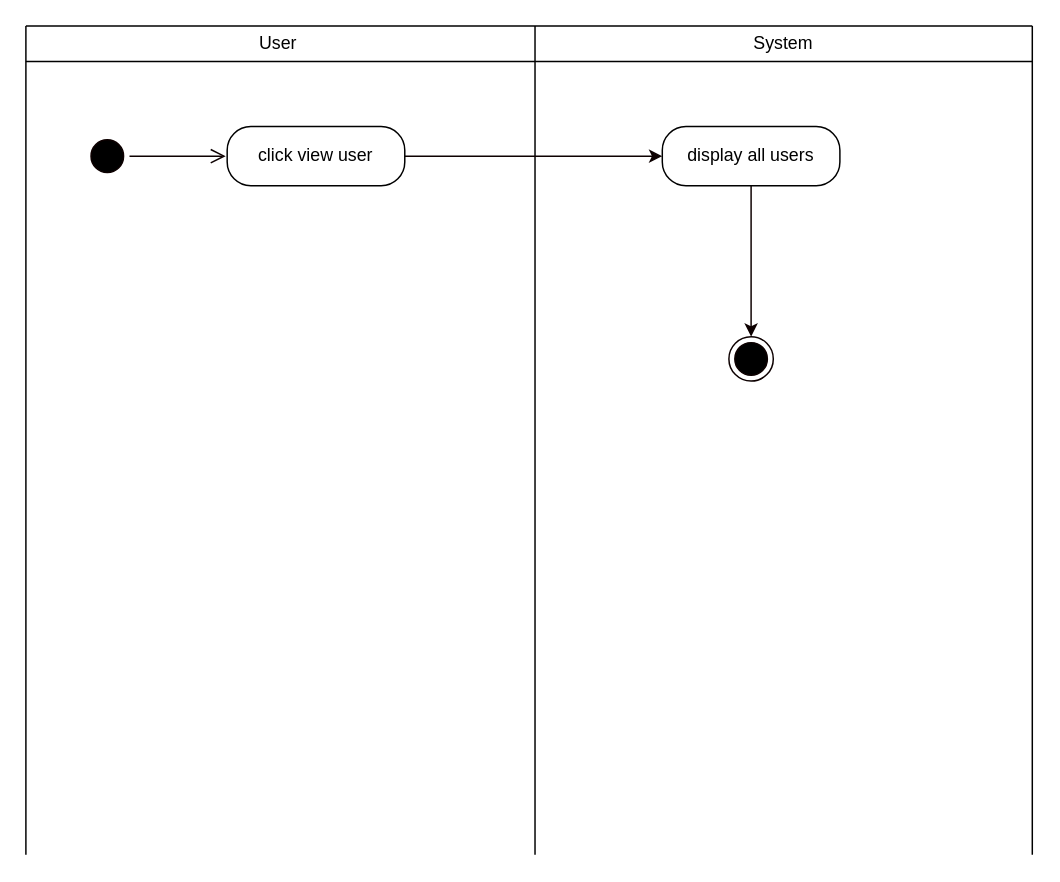
This is activity diagram.drawio from Zuhaily98/Zuhaily98.github.io, a draw.io file, before an edit. Source tidied: cells renumbered, new cells numbered last; positions are measured from the earlier drawing's top-left corner, leaving out a move shared by most shapes. Both pictures are drawn from the tidied source at 148%, with x=0, y=0 at pixel (25, 25).
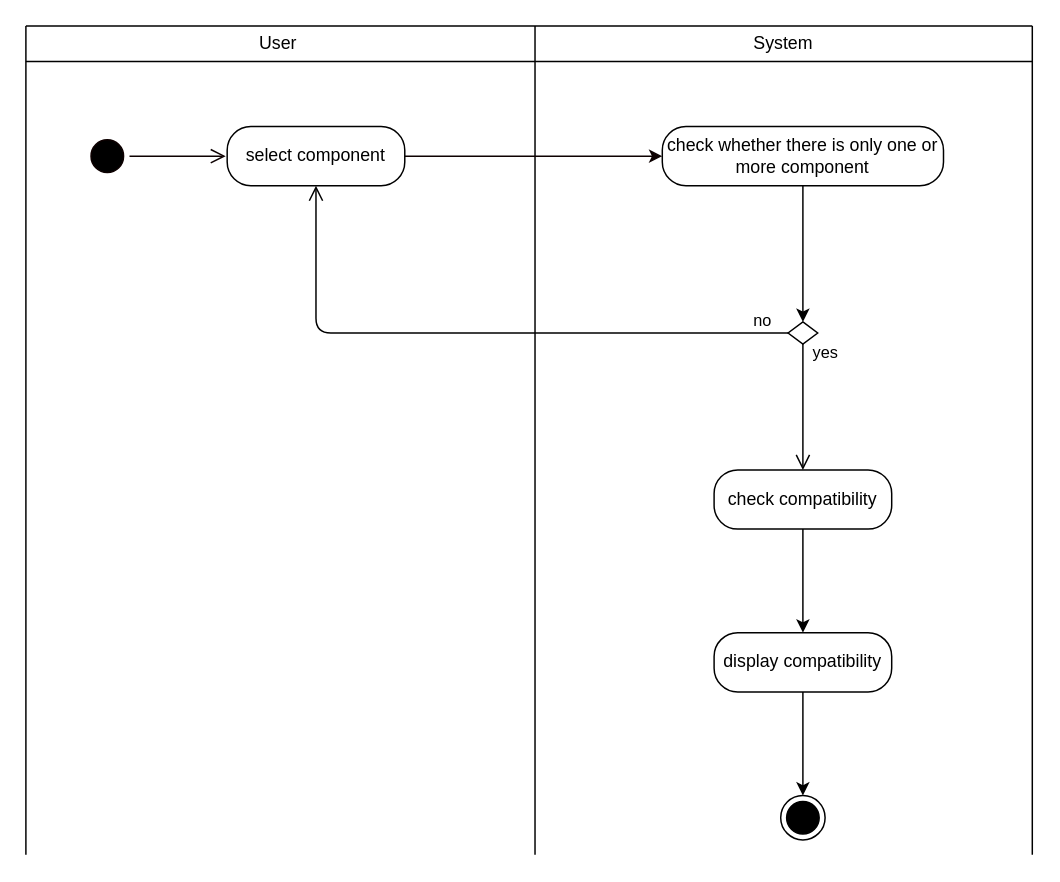
Above is the later version.

Change to the diagram source:
```diff
@@
-    <mxCell id="12" value="click view user" style="rounded=1;whiteSpace=wrap;html=1;arcSize=40;fillColor=none;" parent="1" vertex="1">
+    <mxCell id="12" value="select component" style="rounded=1;whiteSpace=wrap;html=1;arcSize=40;fillColor=none;" parent="1" vertex="1">
       <mxGeometry x="136" y="68" width="120" height="40" as="geometry" />
     </mxCell>
-    <mxCell id="13" style="edgeStyle=orthogonalEdgeStyle;rounded=0;jettySize=auto;html=1;entryX=0.5;entryY=0;entryDx=0;entryDy=0;strokeColor=#0D0000;" parent="1" edge="1" source="14" target="15">
-      <mxGeometry relative="1" as="geometry" />
-    </mxCell>
+    <mxCell id="16" style="edgeStyle=orthogonalEdgeStyle;rounded=0;jettySize=auto;html=1;entryX=0.5;entryY=0;entryDx=0;entryDy=0;" parent="1" edge="1" source="14" target="17">
+      <mxGeometry relative="1" as="geometry" />
+    </mxCell>
-    <mxCell id="14" value="display all users" style="rounded=1;whiteSpace=wrap;html=1;arcSize=40;fillColor=none;" parent="1" vertex="1">
-      <mxGeometry x="430" y="68" width="120" height="40" as="geometry" />
+    <mxCell id="14" value="check whether there is only one or more component" style="rounded=1;whiteSpace=wrap;html=1;arcSize=40;fillColor=none;" parent="1" vertex="1">
+      <mxGeometry x="430" y="68" width="190" height="40" as="geometry" />
     </mxCell>
-    <mxCell id="15" style="ellipse;html=1;shape=endState;fillColor=#000000;strokeColor=#0D0000;" parent="1" vertex="1">
-      <mxGeometry x="475" y="210" width="30" height="30" as="geometry" />
-    </mxCell>
+    <mxCell id="17" style="rhombus;whiteSpace=wrap;html=1;" parent="1" vertex="1">
+      <mxGeometry x="515" y="200" width="20" height="15" as="geometry" />
+    </mxCell>
+    <mxCell id="18" value="no" style="edgeStyle=orthogonalEdgeStyle;html=1;align=left;verticalAlign=bottom;endArrow=open;endSize=8;entryX=0.5;entryY=1;entryDx=0;entryDy=0;" parent="1" edge="1" source="17" target="12">
+      <mxGeometry x="-0.88" relative="1" as="geometry" />
+    </mxCell>
+    <mxCell id="19" value="yes" style="edgeStyle=orthogonalEdgeStyle;html=1;align=left;verticalAlign=top;endArrow=open;endSize=8;" parent="1" edge="1" source="17">
+      <mxGeometry x="-1" y="9" relative="1" as="geometry">
+        <mxPoint x="525" y="300" as="targetPoint" />
+        <mxPoint x="-4" y="-7" as="offset" />
+      </mxGeometry>
+    </mxCell>
+    <mxCell id="20" style="edgeStyle=orthogonalEdgeStyle;rounded=0;jettySize=auto;html=1;entryX=0.5;entryY=0;entryDx=0;entryDy=0;" parent="1" edge="1" source="21" target="23">
+      <mxGeometry relative="1" as="geometry" />
+    </mxCell>
+    <mxCell id="21" value="check compatibility" style="rounded=1;whiteSpace=wrap;html=1;arcSize=40;fillColor=none;" parent="1" vertex="1">
+      <mxGeometry x="465" y="300" width="120" height="40" as="geometry" />
+    </mxCell>
+    <mxCell id="22" style="edgeStyle=orthogonalEdgeStyle;rounded=0;jettySize=auto;html=1;exitX=0.5;exitY=1;exitDx=0;exitDy=0;" parent="1" edge="1" source="23" target="24">
+      <mxGeometry relative="1" as="geometry" />
+    </mxCell>
+    <mxCell id="23" value="display compatibility" style="rounded=1;whiteSpace=wrap;html=1;arcSize=40;fillColor=none;" parent="1" vertex="1">
+      <mxGeometry x="465" y="410" width="120" height="40" as="geometry" />
+    </mxCell>
+    <mxCell id="24" style="ellipse;html=1;shape=endState;fillColor=#000000;strokeColor=#000000;" parent="1" vertex="1">
+      <mxGeometry x="510" y="520" width="30" height="30" as="geometry" />
+    </mxCell>
```
